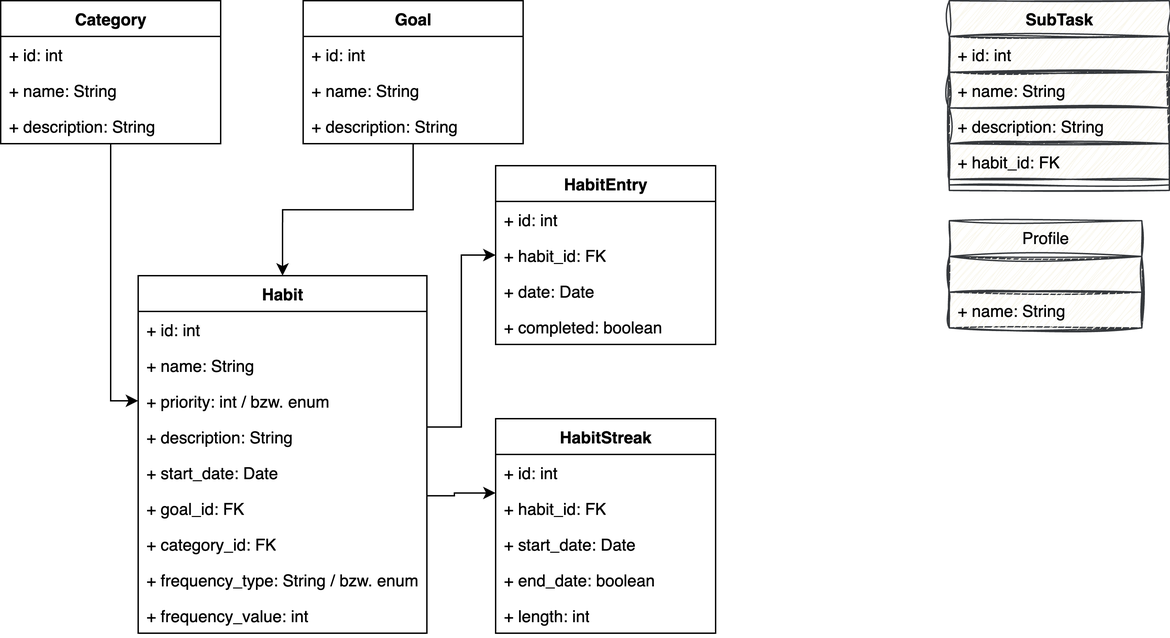
The draw.io diagram img/database-habit-tracker.drawio.png in oguzmum/habit-tracker, before a commit. Source tidied: cells renumbered, new cells last; positions are measured from the earlier drawing's top-left corner, leaving out a move shared by most shapes.
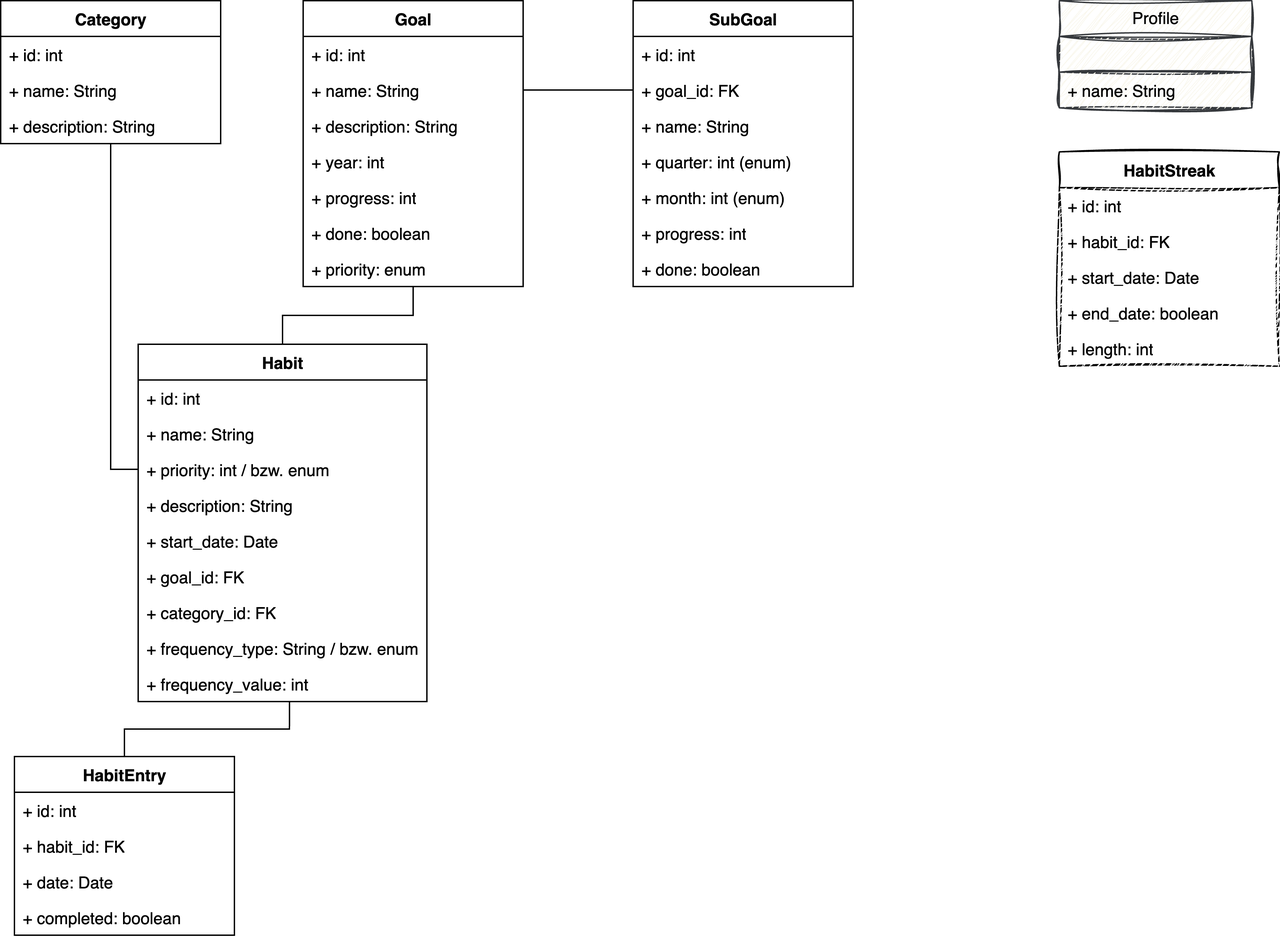
The same file after the commit.

Diff of the diagram source:
```diff
@@ -2,16 +2,8 @@
   <root>
     <mxCell id="0" />
     <mxCell id="1" parent="0" />
-    <mxCell id="2" style="edgeStyle=orthogonalEdgeStyle;rounded=0;jettySize=auto;html=1;" parent="1" edge="1" source="3" target="38">
-      <mxGeometry relative="1" as="geometry">
-        <Array as="points">
-          <mxPoint x="330" y="360" />
-          <mxPoint x="330" y="358" />
-        </Array>
-      </mxGeometry>
-    </mxCell>
     <mxCell id="3" value="Habit" style="swimlane;fontStyle=1;align=center;verticalAlign=top;horizontal=1;startSize=26;whiteSpace=wrap;html=1;" parent="1" vertex="1">
-      <mxGeometry x="100" y="200" width="210" height="260" as="geometry" />
+      <mxGeometry x="100" y="250" width="210" height="260" as="geometry" />
     </mxCell>
     <mxCell id="4" value="+ id: int" style="text;strokeColor=none;fillColor=none;align=left;verticalAlign=top;spacingLeft=4;spacingRight=4;overflow=hidden;whiteSpace=wrap;html=1;" parent="3" vertex="1">
       <mxGeometry y="26" width="210" height="26" as="geometry" />
@@ -41,7 +33,7 @@
       <mxGeometry y="234" width="210" height="26" as="geometry" />
     </mxCell>
     <mxCell id="13" value="HabitEntry" style="swimlane;fontStyle=1;align=center;verticalAlign=top;horizontal=1;startSize=26;whiteSpace=wrap;html=1;" parent="1" vertex="1">
-      <mxGeometry x="360" y="120" width="160" height="130" as="geometry" />
+      <mxGeometry x="10" y="550" width="160" height="130" as="geometry" />
     </mxCell>
     <mxCell id="14" value="+ id: int" style="text;strokeColor=none;fillColor=none;align=left;verticalAlign=top;spacingLeft=4;spacingRight=4;overflow=hidden;whiteSpace=wrap;html=1;" parent="13" vertex="1">
       <mxGeometry y="26" width="160" height="26" as="geometry" />
@@ -55,7 +47,7 @@
     <mxCell id="17" value="+ completed: boolean" style="text;strokeColor=none;fillColor=none;align=left;verticalAlign=top;spacingLeft=4;spacingRight=4;overflow=hidden;whiteSpace=wrap;html=1;" parent="13" vertex="1">
       <mxGeometry y="104" width="160" height="26" as="geometry" />
     </mxCell>
-    <mxCell id="18" style="edgeStyle=orthogonalEdgeStyle;rounded=0;jettySize=auto;html=1;entryX=0;entryY=0.5;entryDx=0;entryDy=0;" parent="1" edge="1" source="19" target="6">
+    <mxCell id="18" style="edgeStyle=orthogonalEdgeStyle;rounded=0;jettySize=auto;html=1;entryX=0;entryY=0.5;entryDx=0;entryDy=0;endArrow=none;endFill=0;" parent="1" edge="1" source="19" target="6">
       <mxGeometry relative="1" as="geometry" />
     </mxCell>
     <mxCell id="19" value="Category" style="swimlane;fontStyle=1;align=center;verticalAlign=top;horizontal=1;startSize=26;whiteSpace=wrap;html=1;" parent="1" vertex="1">
@@ -70,11 +62,19 @@
     <mxCell id="22" value="+ description: String" style="text;strokeColor=none;fillColor=none;align=left;verticalAlign=top;spacingLeft=4;spacingRight=4;overflow=hidden;whiteSpace=wrap;html=1;" parent="19" vertex="1">
       <mxGeometry y="78" width="160" height="26" as="geometry" />
     </mxCell>
-    <mxCell id="23" style="edgeStyle=orthogonalEdgeStyle;rounded=0;jettySize=auto;html=1;entryX=0.5;entryY=0;entryDx=0;entryDy=0;" parent="1" edge="1" source="24" target="3">
+    <mxCell id="23" style="edgeStyle=orthogonalEdgeStyle;rounded=0;jettySize=auto;html=1;entryX=0.5;entryY=0;entryDx=0;entryDy=0;endArrow=none;endFill=0;" parent="1" edge="1" source="24" target="3">
       <mxGeometry relative="1" as="geometry" />
     </mxCell>
+    <mxCell id="44" style="edgeStyle=orthogonalEdgeStyle;rounded=0;jettySize=auto;html=1;entryX=0;entryY=0.5;entryDx=0;entryDy=0;endArrow=none;endFill=0;" parent="1" edge="1" source="24" target="30">
+      <mxGeometry relative="1" as="geometry">
+        <Array as="points">
+          <mxPoint x="400" y="65" />
+          <mxPoint x="400" y="65" />
+        </Array>
+      </mxGeometry>
+    </mxCell>
     <mxCell id="24" value="Goal" style="swimlane;fontStyle=1;align=center;verticalAlign=top;horizontal=1;startSize=26;whiteSpace=wrap;html=1;" parent="1" vertex="1">
-      <mxGeometry x="220" width="160" height="104" as="geometry" />
+      <mxGeometry x="220" width="160" height="208" as="geometry" />
     </mxCell>
     <mxCell id="25" value="+ id: int" style="text;strokeColor=none;fillColor=none;align=left;verticalAlign=top;spacingLeft=4;spacingRight=4;overflow=hidden;whiteSpace=wrap;html=1;" parent="24" vertex="1">
       <mxGeometry y="26" width="160" height="26" as="geometry" />
@@ -85,58 +85,71 @@
     <mxCell id="27" value="+ description: String" style="text;strokeColor=none;fillColor=none;align=left;verticalAlign=top;spacingLeft=4;spacingRight=4;overflow=hidden;whiteSpace=wrap;html=1;" parent="24" vertex="1">
       <mxGeometry y="78" width="160" height="26" as="geometry" />
     </mxCell>
+    <mxCell id="45" value="+ year: int" style="text;strokeColor=none;fillColor=none;align=left;verticalAlign=top;spacingLeft=4;spacingRight=4;overflow=hidden;whiteSpace=wrap;html=1;" parent="24" vertex="1">
+      <mxGeometry y="104" width="160" height="26" as="geometry" />
+    </mxCell>
+    <mxCell id="46" value="+ progress: int" style="text;strokeColor=none;fillColor=none;align=left;verticalAlign=top;spacingLeft=4;spacingRight=4;overflow=hidden;whiteSpace=wrap;html=1;" parent="24" vertex="1">
+      <mxGeometry y="130" width="160" height="26" as="geometry" />
+    </mxCell>
+    <mxCell id="47" value="+ done: boolean" style="text;strokeColor=none;fillColor=none;align=left;verticalAlign=top;spacingLeft=4;spacingRight=4;overflow=hidden;whiteSpace=wrap;html=1;" parent="24" vertex="1">
+      <mxGeometry y="156" width="160" height="26" as="geometry" />
+    </mxCell>
+    <mxCell id="48" value="+ priority: enum" style="text;strokeColor=none;fillColor=none;align=left;verticalAlign=top;spacingLeft=4;spacingRight=4;overflow=hidden;whiteSpace=wrap;html=1;" parent="24" vertex="1">
+      <mxGeometry y="182" width="160" height="26" as="geometry" />
+    </mxCell>
-    <mxCell id="28" value="SubTask" style="swimlane;fontStyle=1;align=center;verticalAlign=top;horizontal=1;startSize=26;whiteSpace=wrap;html=1;sketch=1;curveFitting=1;jiggle=2;shadow=0;fillColor=#f9f7ed;strokeColor=#36393d;" parent="1" vertex="1">
-      <mxGeometry x="690" width="160" height="138" as="geometry" />
+    <mxCell id="28" value="SubGoal" style="swimlane;fontStyle=1;align=center;verticalAlign=top;horizontal=1;startSize=26;whiteSpace=wrap;html=1;shadow=0;" parent="1" vertex="1">
+      <mxGeometry x="460" width="160" height="208" as="geometry" />
     </mxCell>
-    <mxCell id="29" value="+ id: int" style="text;fillColor=#f9f7ed;align=left;verticalAlign=top;spacingLeft=4;spacingRight=4;overflow=hidden;whiteSpace=wrap;html=1;sketch=1;curveFitting=1;jiggle=2;shadow=0;strokeColor=#36393d;" parent="28" vertex="1">
+    <mxCell id="29" value="+ id: int" style="text;align=left;verticalAlign=top;spacingLeft=4;spacingRight=4;overflow=hidden;whiteSpace=wrap;html=1;shadow=0;" parent="28" vertex="1">
       <mxGeometry y="26" width="160" height="26" as="geometry" />
     </mxCell>
+    <mxCell id="32" value="+ goal_id: FK" style="text;align=left;verticalAlign=top;spacingLeft=4;spacingRight=4;overflow=hidden;whiteSpace=wrap;html=1;shadow=0;" parent="28" vertex="1">
+      <mxGeometry y="52" width="160" height="26" as="geometry" />
+    </mxCell>
-    <mxCell id="30" value="+ name: String" style="text;fillColor=#f9f7ed;align=left;verticalAlign=top;spacingLeft=4;spacingRight=4;overflow=hidden;points=[[0,0.5],[1,0.5]];portConstraint=eastwest;whiteSpace=wrap;html=1;sketch=1;curveFitting=1;jiggle=2;shadow=0;strokeColor=#36393d;" parent="28" vertex="1">
-      <mxGeometry y="52" width="160" height="26" as="geometry" />
+    <mxCell id="30" value="+ name: String" style="text;align=left;verticalAlign=top;spacingLeft=4;spacingRight=4;overflow=hidden;points=[[0,0.5],[1,0.5]];portConstraint=eastwest;whiteSpace=wrap;html=1;shadow=0;" parent="28" vertex="1">
+      <mxGeometry y="78" width="160" height="26" as="geometry" />
     </mxCell>
-    <mxCell id="31" value="+ description: String" style="text;fillColor=#f9f7ed;align=left;verticalAlign=top;spacingLeft=4;spacingRight=4;overflow=hidden;whiteSpace=wrap;html=1;sketch=1;curveFitting=1;jiggle=2;shadow=0;strokeColor=#36393d;" parent="28" vertex="1">
-      <mxGeometry y="78" width="160" height="26" as="geometry" />
-    </mxCell>
-    <mxCell id="32" value="+ habit_id: FK" style="text;fillColor=#f9f7ed;align=left;verticalAlign=top;spacingLeft=4;spacingRight=4;overflow=hidden;whiteSpace=wrap;html=1;sketch=1;curveFitting=1;jiggle=2;shadow=0;strokeColor=#36393d;" parent="28" vertex="1">
-      <mxGeometry y="104" width="160" height="26" as="geometry" />
-    </mxCell>
-    <mxCell id="33" style="line;strokeWidth=1;fillColor=#f9f7ed;align=left;verticalAlign=middle;spacingTop=-1;spacingLeft=3;spacingRight=3;labelPosition=right;sketch=1;curveFitting=1;jiggle=2;shadow=0;strokeColor=#36393d;" parent="28" vertex="1">
-      <mxGeometry y="130" width="160" height="8" as="geometry" />
-    </mxCell>
+    <mxCell id="49" value="+ quarter: int (enum)" style="text;align=left;verticalAlign=top;spacingLeft=4;spacingRight=4;overflow=hidden;whiteSpace=wrap;html=1;shadow=0;" parent="28" vertex="1">
+      <mxGeometry y="104" width="160" height="26" as="geometry" />
+    </mxCell>
+    <mxCell id="50" value="+ month: int (enum)" style="text;align=left;verticalAlign=top;spacingLeft=4;spacingRight=4;overflow=hidden;whiteSpace=wrap;html=1;shadow=0;" parent="28" vertex="1">
+      <mxGeometry y="130" width="160" height="26" as="geometry" />
+    </mxCell>
+    <mxCell id="51" value="+ progress: int" style="text;align=left;verticalAlign=top;spacingLeft=4;spacingRight=4;overflow=hidden;whiteSpace=wrap;html=1;shadow=0;" parent="28" vertex="1">
+      <mxGeometry y="156" width="160" height="26" as="geometry" />
+    </mxCell>
+    <mxCell id="52" value="+ done: boolean" style="text;align=left;verticalAlign=top;spacingLeft=4;spacingRight=4;overflow=hidden;whiteSpace=wrap;html=1;shadow=0;" parent="28" vertex="1">
+      <mxGeometry y="182" width="160" height="26" as="geometry" />
+    </mxCell>
     <mxCell id="34" value="Profile" style="swimlane;fontStyle=0;horizontal=1;startSize=26;fillColor=#f9f7ed;whiteSpace=wrap;html=1;sketch=1;curveFitting=1;jiggle=2;shadow=0;strokeColor=#36393d;" parent="1" vertex="1">
-      <mxGeometry x="690" y="160" width="140" height="78" as="geometry" />
+      <mxGeometry x="770" width="140" height="78" as="geometry" />
     </mxCell>
-    <mxCell id="35" style="text;fillColor=#f9f7ed;align=left;verticalAlign=top;spacingLeft=4;spacingRight=4;overflow=hidden;whiteSpace=wrap;html=1;sketch=1;curveFitting=1;jiggle=2;shadow=0;strokeColor=#36393d;" parent="34" vertex="1">
+    <mxCell id="35" style="text;fillColor=#f9f7ed;align=left;verticalAlign=top;spacingLeft=4;spacingRight=4;overflow=hidden;whiteSpace=wrap;html=1;shadow=0;strokeColor=#36393d;sketch=1;curveFitting=1;jiggle=2;" parent="34" vertex="1">
       <mxGeometry y="26" width="140" height="26" as="geometry" />
     </mxCell>
     <mxCell id="36" value="+ name: String" style="text;fillColor=#f9f7ed;align=left;verticalAlign=top;spacingLeft=4;spacingRight=4;overflow=hidden;whiteSpace=wrap;html=1;sketch=1;curveFitting=1;jiggle=2;shadow=0;strokeColor=#36393d;" parent="34" vertex="1">
       <mxGeometry y="52" width="140" height="26" as="geometry" />
     </mxCell>
-    <mxCell id="37" style="edgeStyle=orthogonalEdgeStyle;rounded=0;jettySize=auto;html=1;entryX=0;entryY=0.5;entryDx=0;entryDy=0;" parent="1" edge="1" source="7" target="15">
-      <mxGeometry relative="1" as="geometry">
-        <Array as="points">
-          <mxPoint x="335" y="310" />
-          <mxPoint x="335" y="185" />
-        </Array>
-      </mxGeometry>
-    </mxCell>
-    <mxCell id="38" value="HabitStreak" style="swimlane;fontStyle=1;align=center;verticalAlign=top;horizontal=1;startSize=26;whiteSpace=wrap;html=1;" parent="1" vertex="1">
-      <mxGeometry x="360" y="304" width="160" height="156" as="geometry" />
+    <mxCell id="38" value="HabitStreak" style="swimlane;fontStyle=1;align=center;verticalAlign=top;horizontal=1;startSize=26;sketch=1;curveFitting=1;jiggle=2;shadow=0;gradientColor=none;swimlaneFillColor=none;rounded=0;fillStyle=zigzag;fillColor=#FFFFFF;labelBorderColor=none;labelBackgroundColor=none;textShadow=0;whiteSpace=wrap;html=1;" parent="1" vertex="1">
+      <mxGeometry x="770" y="110" width="160" height="156" as="geometry" />
     </mxCell>
-    <mxCell id="39" value="+ id: int" style="text;strokeColor=none;fillColor=none;align=left;verticalAlign=top;spacingLeft=4;spacingRight=4;overflow=hidden;whiteSpace=wrap;html=1;" parent="38" vertex="1">
+    <mxCell id="39" value="+ id: int" style="text;strokeColor=none;fillColor=#FFFFFF;align=left;verticalAlign=top;spacingLeft=4;spacingRight=4;overflow=hidden;whiteSpace=wrap;html=1;sketch=1;curveFitting=1;jiggle=2;shadow=0;fillStyle=zigzag;" parent="38" vertex="1">
       <mxGeometry y="26" width="160" height="26" as="geometry" />
     </mxCell>
-    <mxCell id="40" value="+ habit_id: FK" style="text;strokeColor=none;fillColor=none;align=left;verticalAlign=top;spacingLeft=4;spacingRight=4;overflow=hidden;whiteSpace=wrap;html=1;" parent="38" vertex="1">
+    <mxCell id="40" value="+ habit_id: FK" style="text;strokeColor=none;fillColor=#FFFFFF;align=left;verticalAlign=top;spacingLeft=4;spacingRight=4;overflow=hidden;whiteSpace=wrap;html=1;sketch=1;curveFitting=1;jiggle=2;fillStyle=zigzag;" parent="38" vertex="1">
       <mxGeometry y="52" width="160" height="26" as="geometry" />
     </mxCell>
-    <mxCell id="41" value="+ start_date: Date" style="text;strokeColor=none;fillColor=none;align=left;verticalAlign=top;spacingLeft=4;spacingRight=4;overflow=hidden;whiteSpace=wrap;html=1;" parent="38" vertex="1">
+    <mxCell id="41" value="+ start_date: Date" style="text;strokeColor=none;fillColor=#FFFFFF;align=left;verticalAlign=top;spacingLeft=4;spacingRight=4;overflow=hidden;whiteSpace=wrap;html=1;sketch=1;curveFitting=1;jiggle=2;fillStyle=zigzag;" parent="38" vertex="1">
       <mxGeometry y="78" width="160" height="26" as="geometry" />
     </mxCell>
-    <mxCell id="42" value="+ end_date: boolean" style="text;strokeColor=none;fillColor=none;align=left;verticalAlign=top;spacingLeft=4;spacingRight=4;overflow=hidden;whiteSpace=wrap;html=1;" parent="38" vertex="1">
+    <mxCell id="42" value="+ end_date: boolean" style="text;strokeColor=none;fillColor=#FFFFFF;align=left;verticalAlign=top;spacingLeft=4;spacingRight=4;overflow=hidden;whiteSpace=wrap;html=1;sketch=1;curveFitting=1;jiggle=2;fillStyle=zigzag;" parent="38" vertex="1">
       <mxGeometry y="104" width="160" height="26" as="geometry" />
     </mxCell>
-    <mxCell id="43" value="+ length: int" style="text;strokeColor=none;fillColor=none;align=left;verticalAlign=top;spacingLeft=4;spacingRight=4;overflow=hidden;whiteSpace=wrap;html=1;" parent="38" vertex="1">
+    <mxCell id="43" value="+ length: int" style="text;strokeColor=none;fillColor=#FFFFFF;align=left;verticalAlign=top;spacingLeft=4;spacingRight=4;overflow=hidden;whiteSpace=wrap;html=1;sketch=1;curveFitting=1;jiggle=2;fillStyle=zigzag;" parent="38" vertex="1">
       <mxGeometry y="130" width="160" height="26" as="geometry" />
     </mxCell>
+    <mxCell id="53" style="edgeStyle=orthogonalEdgeStyle;rounded=0;jettySize=auto;html=1;entryX=0.524;entryY=1;entryDx=0;entryDy=0;entryPerimeter=0;endArrow=none;endFill=0;" parent="1" edge="1" source="13" target="12">
+      <mxGeometry relative="1" as="geometry" />
+    </mxCell>
   </root>
 </mxGraphModel>
```
